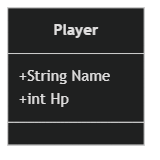
HKHorazon/Slide1142 keeps this Mermaid diagram as MERMAID/IMAGE/CSharp_13_HW_Q1.png. Above is the earlier version. Its source is kept beside it as MERMAID/MD/CSharp_13_HW_Q1.mmd.
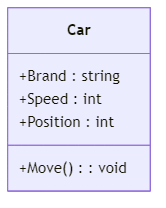
After the change.

Diff of the diagram source:
```diff
@@ -1,5 +1,7 @@
 classDiagram
-    class Player {
-        +String Name
-        +int Hp
+    class Car {
+        +Brand : string
+        +Speed : int
+        +Position : int
+        +Move() : void
     }
```
